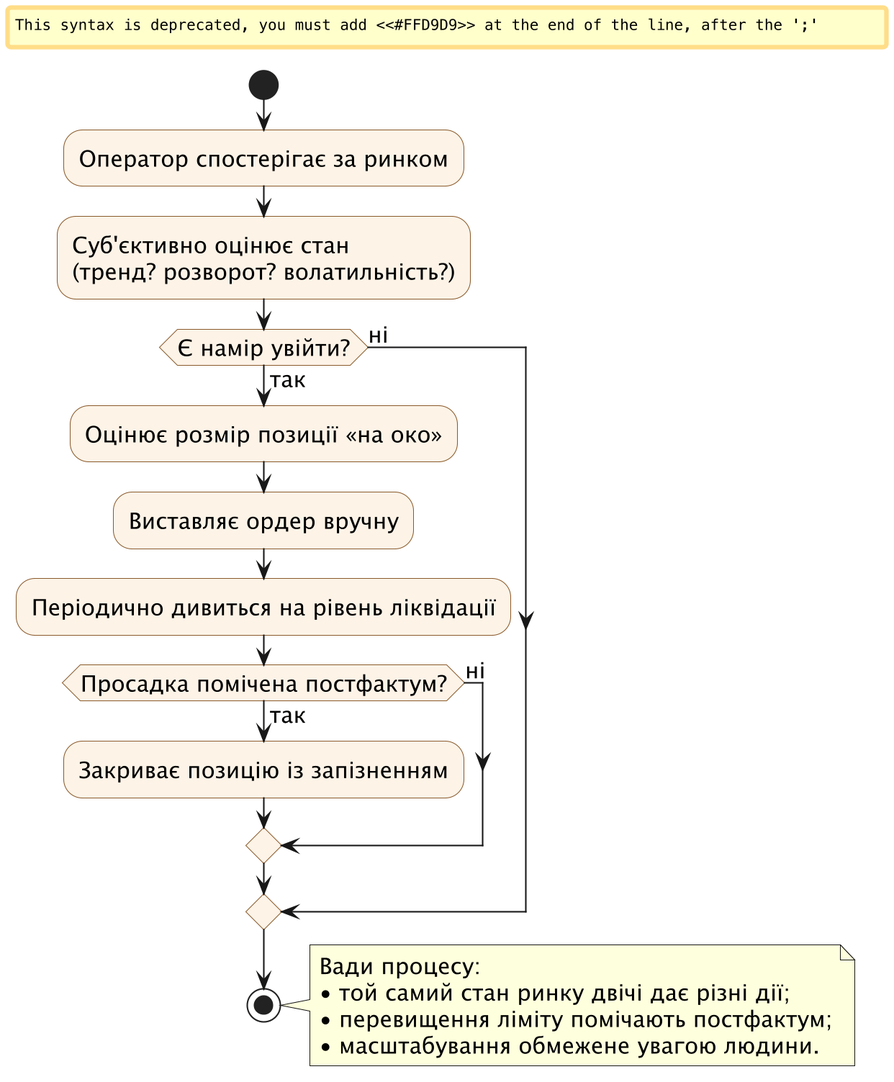
The PlantUML diagram docs/diagrams/bpmn/as_is_manual.png in AndrZhuk/FuzzHelm, before a commit.
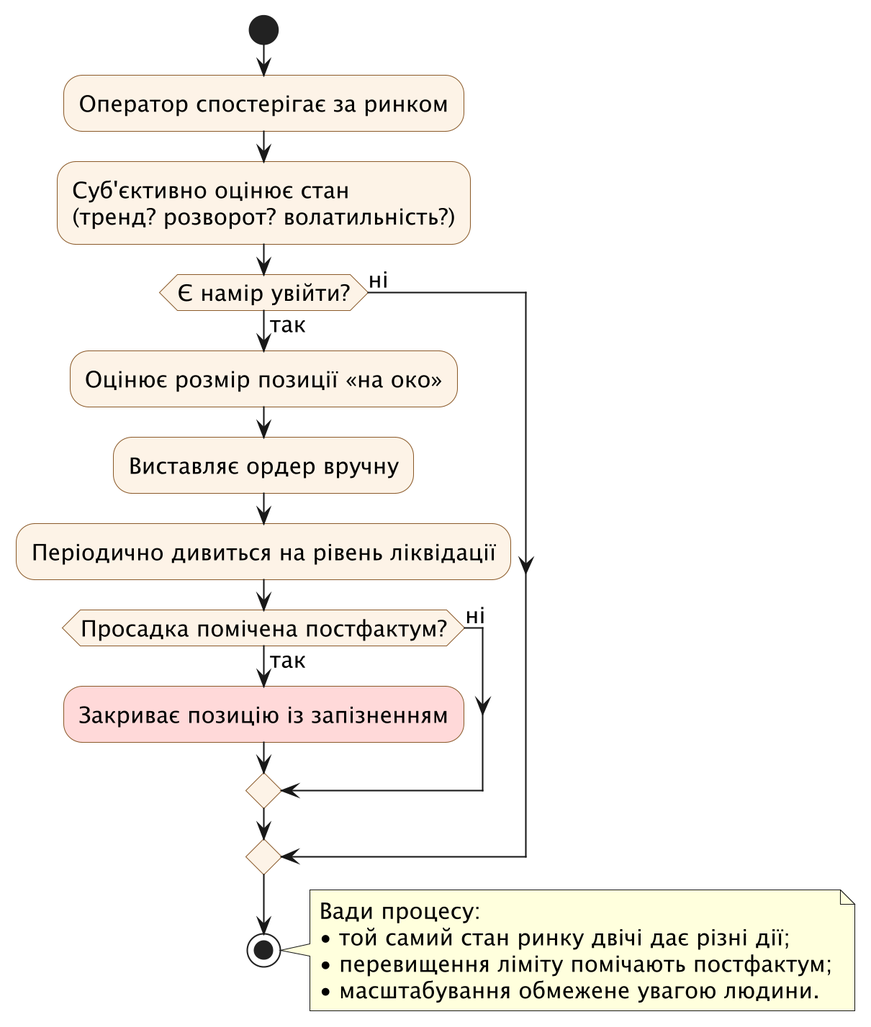
Later version of the same file.

Commit message:
BPMN diagrams: current activity-colour syntax (no deprecation banner in the image)

Change to the diagram source:
```diff
@@ -13,7 +13,7 @@
   :Виставляє ордер вручну;
   :Періодично дивиться на рівень ліквідації;
   if (Просадка помічена постфактум?) then (так)
-    #FFD9D9:Закриває позицію із запізненням;
+    :Закриває позицію із запізненням; <<#FFD9D9>>
   else (ні)
   endif
 else (ні)
```
